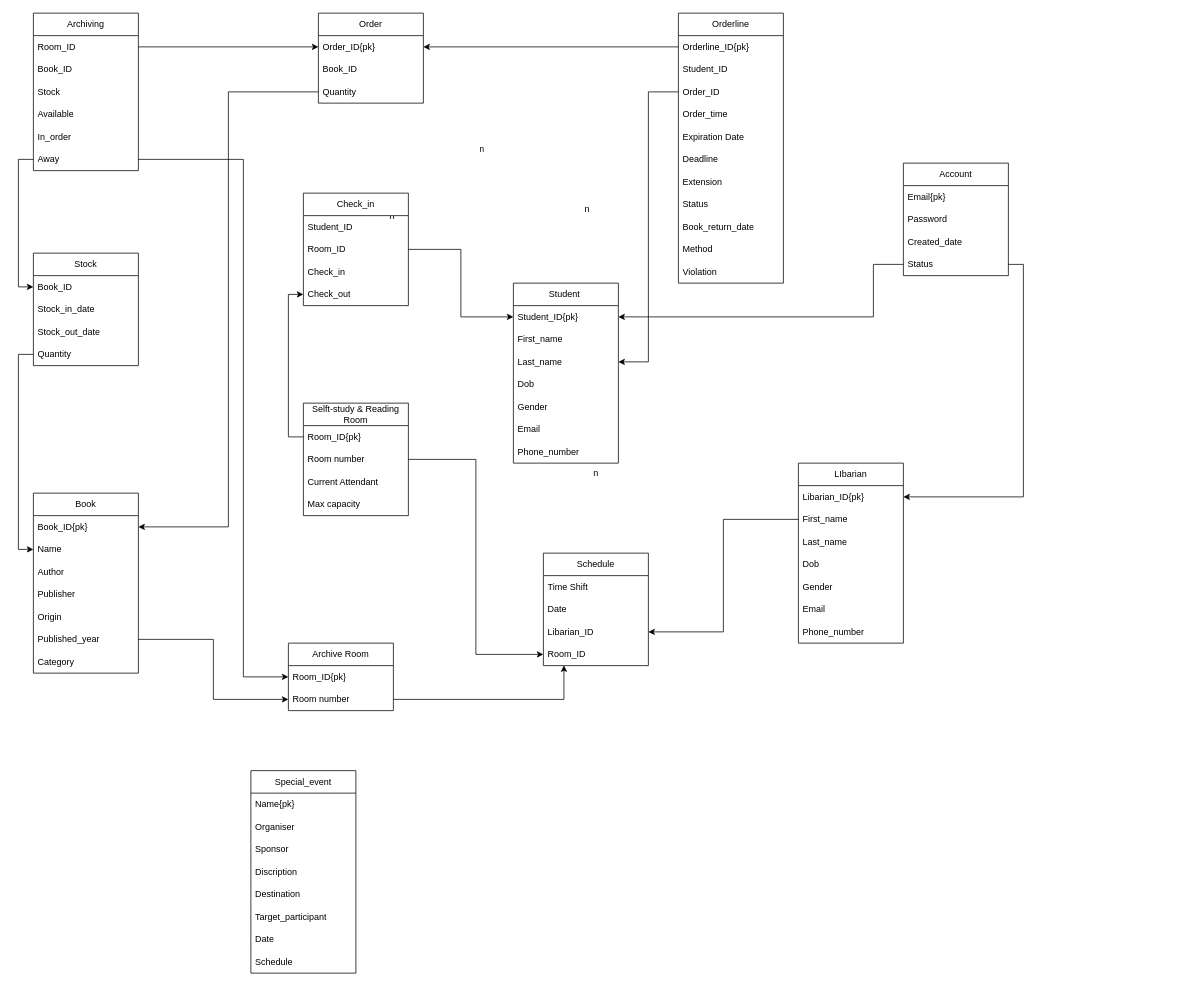
This is table_relations.drawio from Dovanvu09/LibraryManagement, a draw.io file, before an edit. Source tidied: cells renumbered, new cells numbered last; positions are measured from the earlier drawing's top-left corner, leaving out a move shared by most shapes. Both pictures are drawn from the tidied source at 75%, with x=0, y=0 at pixel (33, 13).
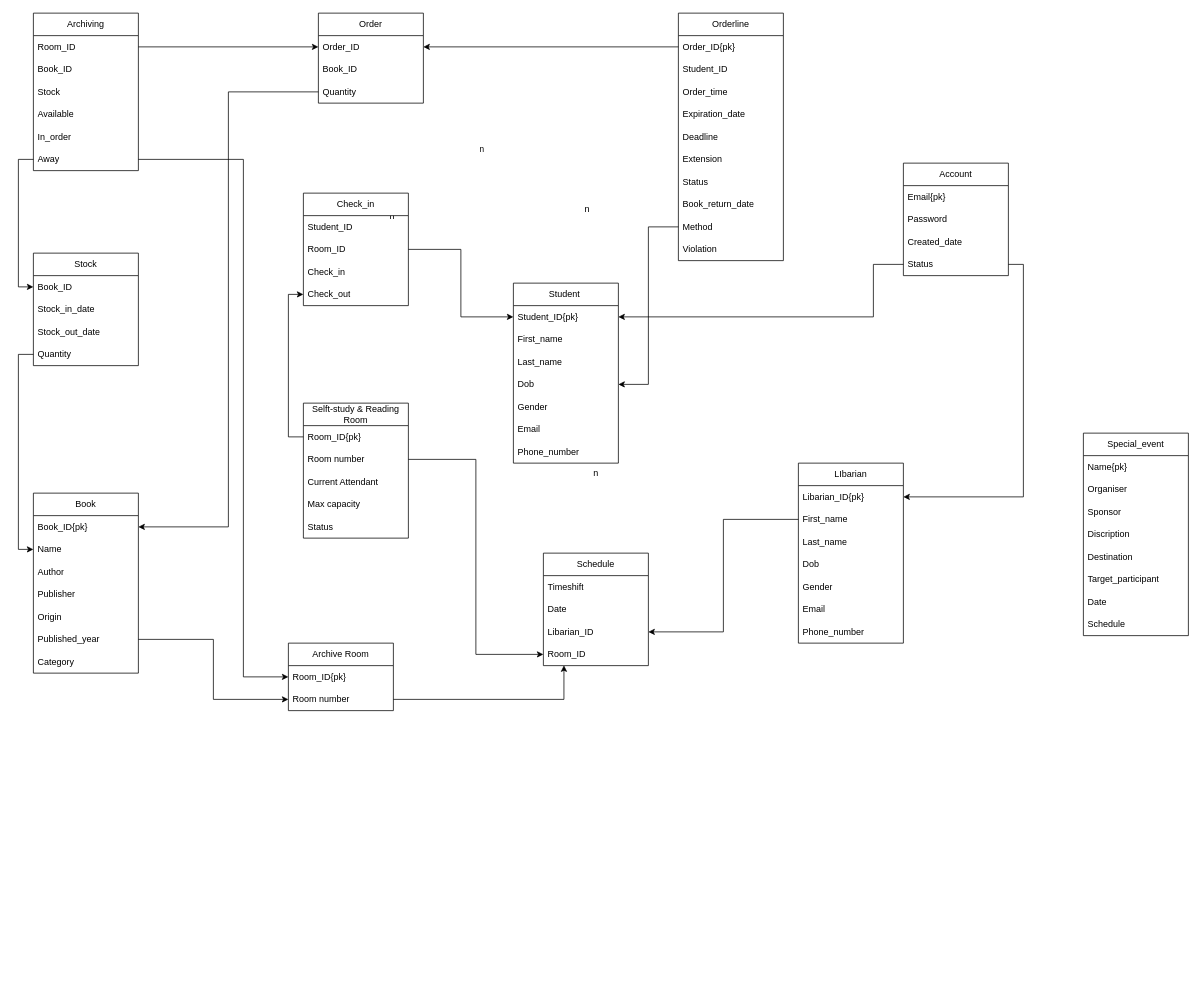
The same page after the edit.

Commit message (it also covers changes not shown here):
Cập nhật table_relations.drawio

Unchanged cells that the change refers to:
```xml
<mxCell id="5" value="Last_name" style="text;strokeColor=none;fillColor=none;align=left;verticalAlign=middle;spacingLeft=4;spacingRight=4;overflow=hidden;points=[[0,0.5],[1,0.5]];portConstraint=eastwest;whiteSpace=wrap;html=1;" parent="2" vertex="1">
  <mxGeometry y="90" width="140" height="30" as="geometry" />
</mxCell>
<mxCell id="6" value="Dob" style="text;strokeColor=none;fillColor=none;align=left;verticalAlign=middle;spacingLeft=4;spacingRight=4;overflow=hidden;points=[[0,0.5],[1,0.5]];portConstraint=eastwest;whiteSpace=wrap;html=1;" parent="2" vertex="1">
  <mxGeometry y="120" width="140" height="30" as="geometry" />
</mxCell>
<mxCell id="23" value="Schedule" style="swimlane;fontStyle=0;horizontal=1;startSize=30;whiteSpace=wrap;html=1;" parent="1" vertex="1">
  <mxGeometry x="680" y="720" width="140" height="150" as="geometry" />
</mxCell>
<mxCell id="61" value="Order" style="swimlane;fontStyle=0;horizontal=1;startSize=30;whiteSpace=wrap;html=1;" parent="1" vertex="1">
  <mxGeometry x="380" width="140" height="120" as="geometry" />
</mxCell>
```

The edit, as a diff of the source:
```diff
@@
     <mxCell id="18" value="Selft-study &amp;amp; Reading Room" style="swimlane;fontStyle=0;horizontal=1;startSize=30;whiteSpace=wrap;html=1;" parent="1" vertex="1">
-      <mxGeometry x="360" y="520" width="140" height="150" as="geometry" />
+      <mxGeometry x="360" y="520" width="140" height="180" as="geometry" />
     </mxCell>
@@
+    <mxCell id="105" value="Max capacity" style="text;strokeColor=none;fillColor=none;align=left;verticalAlign=middle;spacingLeft=4;spacingRight=4;overflow=hidden;whiteSpace=wrap;html=1;" parent="18" vertex="1">
+      <mxGeometry y="120" width="140" height="30" as="geometry" />
+    </mxCell>
-    <mxCell id="22" value="Max capacity" style="text;strokeColor=none;fillColor=none;align=left;verticalAlign=middle;spacingLeft=4;spacingRight=4;overflow=hidden;whiteSpace=wrap;html=1;" parent="18" vertex="1">
-      <mxGeometry y="120" width="140" height="30" as="geometry" />
+    <mxCell id="22" value="Status" style="text;strokeColor=none;fillColor=none;align=left;verticalAlign=middle;spacingLeft=4;spacingRight=4;overflow=hidden;whiteSpace=wrap;html=1;" parent="18" vertex="1">
+      <mxGeometry y="150" width="140" height="30" as="geometry" />
     </mxCell>
@@
-    <mxCell id="24" value="Time Shift" style="text;strokeColor=none;fillColor=none;align=left;verticalAlign=middle;spacingLeft=4;spacingRight=4;overflow=hidden;whiteSpace=wrap;html=1;" parent="23" vertex="1">
+    <mxCell id="24" value="Timeshift" style="text;strokeColor=none;fillColor=none;align=left;verticalAlign=middle;spacingLeft=4;spacingRight=4;overflow=hidden;whiteSpace=wrap;html=1;" parent="23" vertex="1">
       <mxGeometry y="30" width="140" height="30" as="geometry" />
     </mxCell>
@@
     <mxCell id="48" value="Orderline" style="swimlane;fontStyle=0;horizontal=1;startSize=30;whiteSpace=wrap;html=1;" parent="1" vertex="1">
-      <mxGeometry x="860" width="140" height="360" as="geometry" />
+      <mxGeometry x="860" width="140" height="330" as="geometry" />
     </mxCell>
-    <mxCell id="49" value="Orderline_ID{pk}" style="text;strokeColor=none;fillColor=none;align=left;verticalAlign=middle;spacingLeft=4;spacingRight=4;overflow=hidden;points=[[0,0.5],[1,0.5]];portConstraint=eastwest;whiteSpace=wrap;html=1;" parent="48" vertex="1">
+    <mxCell id="49" value="Order_ID{pk}" style="text;strokeColor=none;fillColor=none;align=left;verticalAlign=middle;spacingLeft=4;spacingRight=4;overflow=hidden;points=[[0,0.5],[1,0.5]];portConstraint=eastwest;whiteSpace=wrap;html=1;" parent="48" vertex="1">
       <mxGeometry y="30" width="140" height="30" as="geometry" />
     </mxCell>
@@
-    <mxCell id="51" value="Order_ID" style="text;strokeColor=none;fillColor=none;align=left;verticalAlign=middle;spacingLeft=4;spacingRight=4;overflow=hidden;points=[[0,0.5],[1,0.5]];portConstraint=eastwest;whiteSpace=wrap;html=1;" parent="48" vertex="1">
-      <mxGeometry y="90" width="140" height="30" as="geometry" />
-    </mxCell>
     <mxCell id="52" value="Order_time" style="text;strokeColor=none;fillColor=none;align=left;verticalAlign=middle;spacingLeft=4;spacingRight=4;overflow=hidden;whiteSpace=wrap;html=1;" parent="48" vertex="1">
-      <mxGeometry y="120" width="140" height="30" as="geometry" />
+      <mxGeometry y="90" width="140" height="30" as="geometry" />
     </mxCell>
-    <mxCell id="53" value="Expiration Date&amp;nbsp;" style="text;strokeColor=none;fillColor=none;align=left;verticalAlign=middle;spacingLeft=4;spacingRight=4;overflow=hidden;whiteSpace=wrap;html=1;" parent="48" vertex="1">
-      <mxGeometry y="150" width="140" height="30" as="geometry" />
+    <mxCell id="53" value="Expiration_date&amp;nbsp;" style="text;strokeColor=none;fillColor=none;align=left;verticalAlign=middle;spacingLeft=4;spacingRight=4;overflow=hidden;whiteSpace=wrap;html=1;" parent="48" vertex="1">
+      <mxGeometry y="120" width="140" height="30" as="geometry" />
     </mxCell>
     <mxCell id="54" value="Deadline" style="text;strokeColor=none;fillColor=none;align=left;verticalAlign=middle;spacingLeft=4;spacingRight=4;overflow=hidden;whiteSpace=wrap;html=1;" parent="48" vertex="1">
-      <mxGeometry y="180" width="140" height="30" as="geometry" />
+      <mxGeometry y="150" width="140" height="30" as="geometry" />
     </mxCell>
     <mxCell id="55" value="Extension" style="text;strokeColor=none;fillColor=none;align=left;verticalAlign=middle;spacingLeft=4;spacingRight=4;overflow=hidden;whiteSpace=wrap;html=1;" parent="48" vertex="1">
-      <mxGeometry y="210" width="140" height="30" as="geometry" />
+      <mxGeometry y="180" width="140" height="30" as="geometry" />
     </mxCell>
     <mxCell id="56" value="Status" style="text;strokeColor=none;fillColor=none;align=left;verticalAlign=middle;spacingLeft=4;spacingRight=4;overflow=hidden;whiteSpace=wrap;html=1;" parent="48" vertex="1">
-      <mxGeometry y="240" width="140" height="30" as="geometry" />
+      <mxGeometry y="210" width="140" height="30" as="geometry" />
     </mxCell>
     <mxCell id="57" value="Book_return_date" style="text;strokeColor=none;fillColor=none;align=left;verticalAlign=middle;spacingLeft=4;spacingRight=4;overflow=hidden;whiteSpace=wrap;html=1;" parent="48" vertex="1">
-      <mxGeometry y="270" width="140" height="30" as="geometry" />
+      <mxGeometry y="240" width="140" height="30" as="geometry" />
     </mxCell>
     <mxCell id="58" value="Method" style="text;strokeColor=none;fillColor=none;align=left;verticalAlign=middle;spacingLeft=4;spacingRight=4;overflow=hidden;points=[[0,0.5],[1,0.5]];portConstraint=eastwest;whiteSpace=wrap;html=1;" parent="48" vertex="1">
-      <mxGeometry y="300" width="140" height="30" as="geometry" />
+      <mxGeometry y="270" width="140" height="30" as="geometry" />
     </mxCell>
     <mxCell id="59" value="Violation" style="text;strokeColor=none;fillColor=none;align=left;verticalAlign=middle;spacingLeft=4;spacingRight=4;overflow=hidden;whiteSpace=wrap;html=1;" parent="48" vertex="1">
-      <mxGeometry y="330" width="140" height="30" as="geometry" />
+      <mxGeometry y="300" width="140" height="30" as="geometry" />
     </mxCell>
@@
-    <mxCell id="62" value="Order_ID{pk}" style="text;strokeColor=none;fillColor=none;align=left;verticalAlign=middle;spacingLeft=4;spacingRight=4;overflow=hidden;points=[[0,0.5],[1,0.5]];portConstraint=eastwest;whiteSpace=wrap;html=1;" parent="61" vertex="1">
+    <mxCell id="62" value="Order_ID" style="text;strokeColor=none;fillColor=none;align=left;verticalAlign=middle;spacingLeft=4;spacingRight=4;overflow=hidden;points=[[0,0.5],[1,0.5]];portConstraint=eastwest;whiteSpace=wrap;html=1;" parent="61" vertex="1">
       <mxGeometry y="30" width="140" height="30" as="geometry" />
     </mxCell>
@@
     <mxCell id="82" value="Special_event" style="swimlane;fontStyle=0;horizontal=1;startSize=30;whiteSpace=wrap;html=1;" parent="1" vertex="1">
-      <mxGeometry x="290" y="1010" width="140" height="270" as="geometry" />
+      <mxGeometry x="1400" y="560" width="140" height="270" as="geometry" />
     </mxCell>
@@
-    <mxCell id="104" style="edgeStyle=orthogonalEdgeStyle;rounded=0;jettySize=auto;html=1;exitX=0;exitY=0.5;exitDx=0;exitDy=0;entryX=1;entryY=0.5;entryDx=0;entryDy=0;" parent="1" edge="1" source="51" target="5">
-      <mxGeometry relative="1" as="geometry" />
-    </mxCell>
+    <mxCell id="106" style="edgeStyle=orthogonalEdgeStyle;rounded=0;jettySize=auto;html=1;exitX=0;exitY=0.5;exitDx=0;exitDy=0;entryX=1;entryY=0.5;entryDx=0;entryDy=0;" parent="1" edge="1" source="58" target="6">
+      <mxGeometry relative="1" as="geometry" />
+    </mxCell>
```
